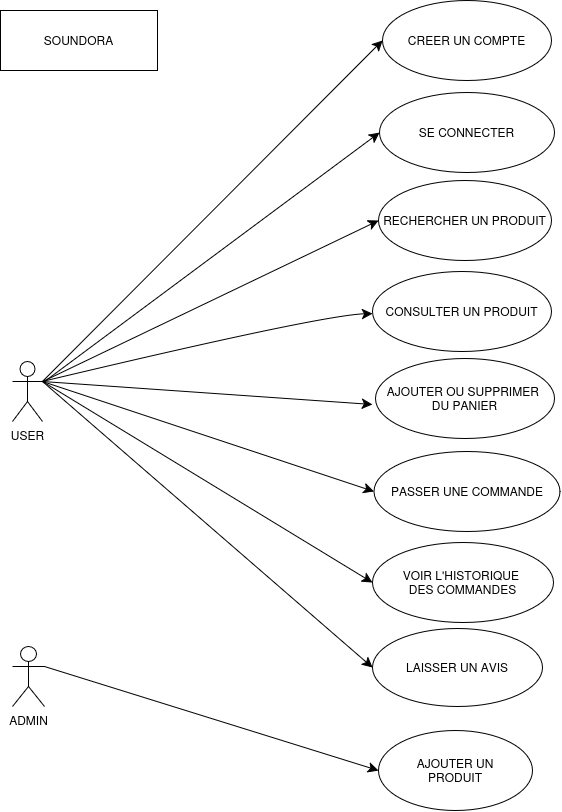
This is useCase SOUNDORA.drawio.png from Bast8313/soundora, a draw.io export, as it was before one commit. Source tidied: cells renumbered, new cells last; positions are measured from the earlier drawing's top-left corner, leaving out a move shared by most shapes.
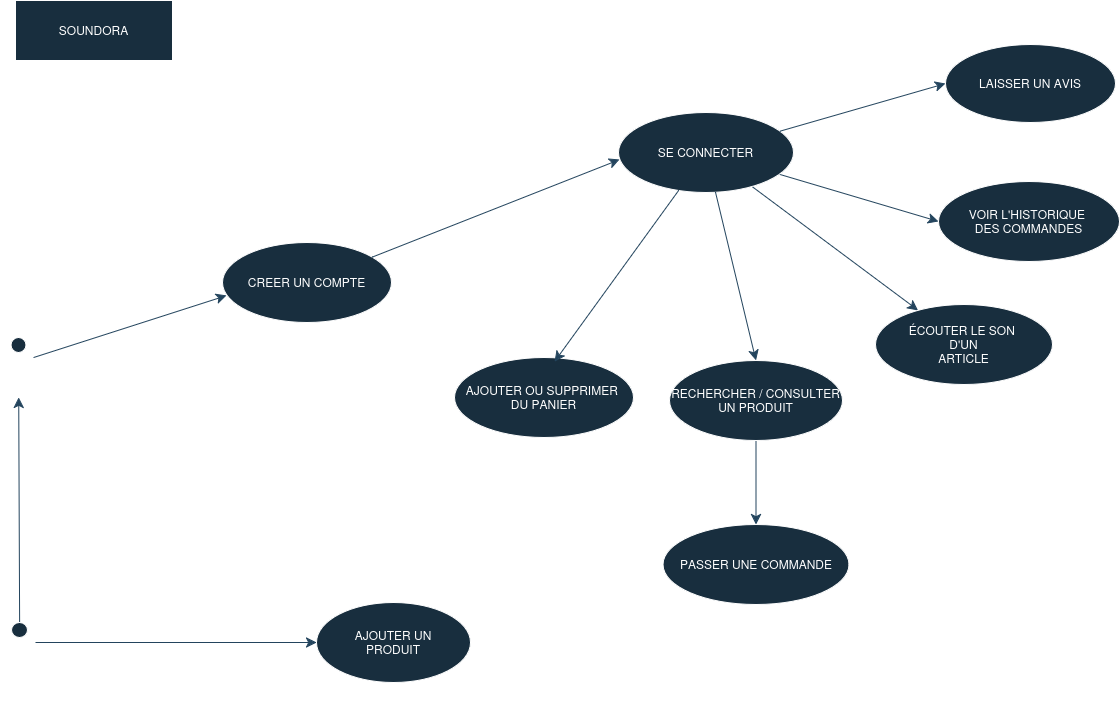
The same diagram one commit later.

Commit message:
Mettre à jour useCase SOUNDORA.drawio.png

The edit, as a diff of the source:
```diff
@@ -1,89 +1,84 @@
-<mxGraphModel>
+<mxGraphModel background="light-dark(#FFFFFF,#656565)">
   <root>
     <mxCell id="0" />
     <mxCell id="1" parent="0" />
-    <mxCell id="2" style="edgeStyle=none;curved=1;rounded=0;jettySize=auto;html=1;exitX=1;exitY=0.3333333333333333;exitDx=0;exitDy=0;exitPerimeter=0;entryX=0;entryY=0.5;entryDx=0;entryDy=0;fontSize=12;startSize=8;endSize=8;" parent="1" edge="1" source="9" target="12">
+    <mxCell id="2" style="edgeStyle=none;curved=1;rounded=0;jettySize=auto;html=1;entryX=0.024;entryY=0.663;entryDx=0;entryDy=0;fontSize=12;startSize=8;endSize=8;entryPerimeter=0;exitX=1;exitY=0.3333333333333333;exitDx=0;exitDy=0;exitPerimeter=0;labelBackgroundColor=none;strokeColor=#23445D;fontColor=default;" parent="1" edge="1" source="9" target="12">
       <mxGeometry relative="1" as="geometry" />
     </mxCell>
-    <mxCell id="3" style="edgeStyle=none;curved=1;rounded=0;jettySize=auto;html=1;exitX=1;exitY=0.3333333333333333;exitDx=0;exitDy=0;exitPerimeter=0;fontSize=12;startSize=8;endSize=8;" parent="1" edge="1" source="9">
-      <mxGeometry relative="1" as="geometry">
-        <mxPoint x="372" y="313" as="targetPoint" />
-        <Array as="points">
-          <mxPoint x="319" y="315" />
-        </Array>
-      </mxGeometry>
-    </mxCell>
-    <mxCell id="4" style="edgeStyle=none;curved=1;rounded=0;jettySize=auto;html=1;exitX=1;exitY=0.3333333333333333;exitDx=0;exitDy=0;exitPerimeter=0;fontSize=12;startSize=8;endSize=8;" parent="1" edge="1" source="9">
-      <mxGeometry relative="1" as="geometry">
-        <mxPoint x="372" y="404" as="targetPoint" />
-      </mxGeometry>
-    </mxCell>
-    <mxCell id="5" style="edgeStyle=none;curved=1;rounded=0;jettySize=auto;html=1;entryX=0;entryY=0.5;entryDx=0;entryDy=0;fontSize=12;startSize=8;endSize=8;" parent="1" edge="1" target="13">
-      <mxGeometry relative="1" as="geometry">
-        <mxPoint x="44" y="381" as="sourcePoint" />
-      </mxGeometry>
-    </mxCell>
-    <mxCell id="6" style="edgeStyle=none;curved=1;rounded=0;jettySize=auto;html=1;exitX=1;exitY=0.3333333333333333;exitDx=0;exitDy=0;exitPerimeter=0;entryX=0;entryY=0.5;entryDx=0;entryDy=0;fontSize=12;startSize=8;endSize=8;" parent="1" edge="1" source="9" target="14">
-      <mxGeometry relative="1" as="geometry" />
-    </mxCell>
-    <mxCell id="7" style="edgeStyle=none;curved=1;rounded=0;jettySize=auto;html=1;exitX=1;exitY=0.3333333333333333;exitDx=0;exitDy=0;exitPerimeter=0;entryX=0;entryY=0.5;entryDx=0;entryDy=0;fontSize=12;startSize=8;endSize=8;" parent="1" edge="1" source="9" target="20">
-      <mxGeometry relative="1" as="geometry" />
-    </mxCell>
-    <mxCell id="8" style="edgeStyle=none;curved=1;rounded=0;jettySize=auto;html=1;exitX=1;exitY=0.3333333333333333;exitDx=0;exitDy=0;exitPerimeter=0;entryX=0;entryY=0.5;entryDx=0;entryDy=0;fontSize=12;startSize=8;endSize=8;" parent="1" edge="1" source="9" target="21">
-      <mxGeometry relative="1" as="geometry" />
-    </mxCell>
-    <mxCell id="9" value="USER" style="shape=umlActor;verticalLabelPosition=bottom;verticalAlign=top;html=1;outlineConnect=0;" parent="1" vertex="1">
+    <mxCell id="9" value="USER" style="shape=umlActor;verticalLabelPosition=bottom;verticalAlign=top;html=1;outlineConnect=0;labelBackgroundColor=none;fillColor=#182E3E;strokeColor=#FFFFFF;fontColor=#FFFFFF;" parent="1" vertex="1">
       <mxGeometry x="12" y="361" width="30" height="60" as="geometry" />
     </mxCell>
-    <mxCell id="10" style="edgeStyle=none;curved=1;rounded=0;jettySize=auto;html=1;entryX=0;entryY=0.5;entryDx=0;entryDy=0;fontSize=12;startSize=8;endSize=8;" parent="1" edge="1" target="11">
-      <mxGeometry relative="1" as="geometry">
-        <mxPoint x="42" y="381" as="sourcePoint" />
-      </mxGeometry>
-    </mxCell>
-    <mxCell id="11" value="&lt;div&gt;LAISSER UN AVIS&lt;/div&gt;" style="ellipse;whiteSpace=wrap;html=1;" parent="1" vertex="1">
-      <mxGeometry x="372" y="628" width="170" height="78" as="geometry" />
+    <mxCell id="11" value="&lt;div&gt;LAISSER UN AVIS&lt;/div&gt;" style="ellipse;whiteSpace=wrap;html=1;labelBackgroundColor=none;fillColor=#182E3E;strokeColor=#FFFFFF;fontColor=#FFFFFF;" parent="1" vertex="1">
+      <mxGeometry x="954" y="68" width="170" height="78" as="geometry" />
     </mxCell>
-    <mxCell id="12" value="CREER UN COMPTE" style="ellipse;whiteSpace=wrap;html=1;" parent="1" vertex="1">
-      <mxGeometry x="382" width="169" height="80" as="geometry" />
+    <mxCell id="12" value="CREER UN COMPTE" style="ellipse;whiteSpace=wrap;html=1;labelBackgroundColor=none;fillColor=#182E3E;strokeColor=#FFFFFF;fontColor=#FFFFFF;" parent="1" vertex="1">
+      <mxGeometry x="231" y="266" width="169" height="80" as="geometry" />
     </mxCell>
+    <mxCell id="26" style="edgeStyle=none;curved=1;rounded=0;jettySize=auto;html=1;fontSize=12;startSize=8;endSize=8;entryX=0;entryY=0.5;entryDx=0;entryDy=0;labelBackgroundColor=none;strokeColor=#23445D;fontColor=default;" parent="1" edge="1" source="13" target="21">
+      <mxGeometry relative="1" as="geometry" />
+    </mxCell>
+    <mxCell id="27" style="edgeStyle=none;curved=1;rounded=0;jettySize=auto;html=1;strokeColor=#23445D;fontSize=12;startSize=8;endSize=8;" parent="1" edge="1" source="13" target="34">
+      <mxGeometry relative="1" as="geometry" />
+    </mxCell>
-    <mxCell id="13" value="SE CONNECTER" style="ellipse;whiteSpace=wrap;html=1;" parent="1" vertex="1">
-      <mxGeometry x="379" y="92" width="175" height="80" as="geometry" />
+    <mxCell id="13" value="SE CONNECTER" style="ellipse;whiteSpace=wrap;html=1;labelBackgroundColor=none;fillColor=#182E3E;strokeColor=#FFFFFF;fontColor=#FFFFFF;" parent="1" vertex="1">
+      <mxGeometry x="627" y="136" width="175" height="80" as="geometry" />
     </mxCell>
+    <mxCell id="28" style="edgeStyle=none;curved=1;rounded=0;jettySize=auto;html=1;fontSize=12;startSize=8;endSize=8;exitX=0.5;exitY=1;exitDx=0;exitDy=0;labelBackgroundColor=none;strokeColor=#23445D;fontColor=default;" parent="1" edge="1" source="14" target="20">
+      <mxGeometry relative="1" as="geometry" />
+    </mxCell>
-    <mxCell id="14" value="RECHERCHER UN PRODUIT" style="ellipse;whiteSpace=wrap;html=1;" parent="1" vertex="1">
-      <mxGeometry x="378" y="180" width="173" height="80" as="geometry" />
+    <mxCell id="14" value="RECHERCHER / CONSULTER UN PRODUIT" style="ellipse;whiteSpace=wrap;html=1;labelBackgroundColor=none;fillColor=#182E3E;strokeColor=#FFFFFF;fontColor=#FFFFFF;" parent="1" vertex="1">
+      <mxGeometry x="678" y="384" width="173" height="80" as="geometry" />
     </mxCell>
-    <mxCell id="15" value="CONSULTER UN PRODUIT" style="ellipse;whiteSpace=wrap;html=1;" parent="1" vertex="1">
-      <mxGeometry x="372" y="271" width="179" height="80" as="geometry" />
-    </mxCell>
-    <mxCell id="16" style="edgeStyle=none;curved=1;rounded=0;orthogonalLoop=1;jettySize=auto;html=1;exitX=0;exitY=0.5;exitDx=0;exitDy=0;fontSize=12;startSize=8;endSize=8;" parent="1" edge="1" source="13" target="13">
+    <mxCell id="16" style="edgeStyle=none;curved=1;rounded=0;orthogonalLoop=1;jettySize=auto;html=1;exitX=0;exitY=0.5;exitDx=0;exitDy=0;fontSize=12;startSize=8;endSize=8;labelBackgroundColor=none;strokeColor=#23445D;fontColor=default;" parent="1" edge="1" source="13" target="13">
       <mxGeometry relative="1" as="geometry" />
     </mxCell>
-    <mxCell id="17" style="edgeStyle=none;curved=1;rounded=0;orthogonalLoop=1;jettySize=auto;html=1;exitX=0;exitY=0.5;exitDx=0;exitDy=0;fontSize=12;startSize=8;endSize=8;" parent="1" edge="1" source="13" target="13">
+    <mxCell id="17" style="edgeStyle=none;curved=1;rounded=0;orthogonalLoop=1;jettySize=auto;html=1;exitX=0;exitY=0.5;exitDx=0;exitDy=0;fontSize=12;startSize=8;endSize=8;labelBackgroundColor=none;strokeColor=#23445D;fontColor=default;" parent="1" edge="1" source="13" target="13">
       <mxGeometry relative="1" as="geometry" />
     </mxCell>
-    <mxCell id="18" style="edgeStyle=none;curved=1;rounded=0;orthogonalLoop=1;jettySize=auto;html=1;exitX=1;exitY=0.5;exitDx=0;exitDy=0;fontSize=12;startSize=8;endSize=8;" parent="1" edge="1" source="15" target="15">
-      <mxGeometry relative="1" as="geometry" />
+    <mxCell id="18" style="edgeStyle=none;curved=1;rounded=0;orthogonalLoop=1;jettySize=auto;html=1;exitX=1;exitY=0.5;exitDx=0;exitDy=0;fontSize=12;startSize=8;endSize=8;labelBackgroundColor=none;strokeColor=#23445D;fontColor=default;" parent="1" edge="1">
+      <mxGeometry relative="1" as="geometry">
+        <mxPoint x="826" y="381" as="sourcePoint" />
+        <mxPoint x="826" y="381" as="targetPoint" />
+      </mxGeometry>
     </mxCell>
-    <mxCell id="19" value="&lt;div&gt;AJOUTER OU SUPPRIMER&amp;nbsp;&lt;/div&gt;&lt;div&gt;DU PANIER&lt;/div&gt;" style="ellipse;whiteSpace=wrap;html=1;" parent="1" vertex="1">
-      <mxGeometry x="375" y="358" width="179" height="80" as="geometry" />
+    <mxCell id="19" value="&lt;div&gt;AJOUTER OU SUPPRIMER&amp;nbsp;&lt;/div&gt;&lt;div&gt;DU PANIER&lt;/div&gt;" style="ellipse;whiteSpace=wrap;html=1;labelBackgroundColor=none;fillColor=#182E3E;strokeColor=#FFFFFF;fontColor=#FFFFFF;" parent="1" vertex="1">
+      <mxGeometry x="463" y="381" width="179" height="80" as="geometry" />
     </mxCell>
-    <mxCell id="20" value="PASSER UNE COMMANDE" style="ellipse;whiteSpace=wrap;html=1;" parent="1" vertex="1">
-      <mxGeometry x="373.5" y="451" width="186" height="80" as="geometry" />
+    <mxCell id="20" value="PASSER UNE COMMANDE" style="ellipse;whiteSpace=wrap;html=1;labelBackgroundColor=none;fillColor=#182E3E;strokeColor=#FFFFFF;fontColor=#FFFFFF;" parent="1" vertex="1">
+      <mxGeometry x="671.5" y="548" width="186" height="80" as="geometry" />
     </mxCell>
-    <mxCell id="21" value="&lt;div&gt;VOIR L'HISTORIQUE&amp;nbsp;&lt;/div&gt;&lt;div&gt;DES COMMANDES&lt;/div&gt;" style="ellipse;whiteSpace=wrap;html=1;" parent="1" vertex="1">
-      <mxGeometry x="372" y="542" width="181" height="80" as="geometry" />
+    <mxCell id="21" value="&lt;div&gt;VOIR L'HISTORIQUE&amp;nbsp;&lt;/div&gt;&lt;div&gt;DES COMMANDES&lt;/div&gt;" style="ellipse;whiteSpace=wrap;html=1;labelBackgroundColor=none;fillColor=#182E3E;strokeColor=#FFFFFF;fontColor=#FFFFFF;" parent="1" vertex="1">
+      <mxGeometry x="947" y="205" width="181" height="80" as="geometry" />
     </mxCell>
-    <mxCell id="22" value="&lt;div&gt;SOUNDORA&lt;/div&gt;" style="rounded=0;whiteSpace=wrap;html=1;" parent="1" vertex="1">
-      <mxGeometry y="10" width="157" height="60" as="geometry" />
+    <mxCell id="22" value="&lt;div&gt;SOUNDORA&lt;/div&gt;" style="rounded=0;whiteSpace=wrap;html=1;labelBackgroundColor=none;fillColor=#182E3E;strokeColor=#FFFFFF;fontColor=#FFFFFF;" parent="1" vertex="1">
+      <mxGeometry x="24" y="24" width="157" height="60" as="geometry" />
     </mxCell>
-    <mxCell id="23" style="edgeStyle=none;curved=1;rounded=0;jettySize=auto;html=1;entryX=0;entryY=0.5;entryDx=0;entryDy=0;fontSize=12;startSize=8;endSize=8;exitX=1;exitY=0.3333333333333333;exitDx=0;exitDy=0;exitPerimeter=0;" parent="1" edge="1" source="24" target="25">
+    <mxCell id="23" style="edgeStyle=none;curved=1;rounded=0;jettySize=auto;html=1;entryX=0;entryY=0.5;entryDx=0;entryDy=0;fontSize=12;startSize=8;endSize=8;exitX=1;exitY=0.3333333333333333;exitDx=0;exitDy=0;exitPerimeter=0;labelBackgroundColor=none;strokeColor=#23445D;fontColor=default;" parent="1" edge="1" source="24" target="25">
       <mxGeometry relative="1" as="geometry" />
     </mxCell>
+    <mxCell id="29" style="edgeStyle=none;curved=1;rounded=0;jettySize=auto;html=1;exitX=0.5;exitY=0;exitDx=0;exitDy=0;exitPerimeter=0;fontSize=12;startSize=8;endSize=8;labelBackgroundColor=none;strokeColor=#23445D;fontColor=default;" parent="1" edge="1" source="24" target="9">
+      <mxGeometry relative="1" as="geometry" />
+    </mxCell>
-    <mxCell id="24" value="&lt;div&gt;ADMIN&lt;/div&gt;&lt;div&gt;&lt;br&gt;&lt;/div&gt;" style="shape=umlActor;verticalLabelPosition=bottom;verticalAlign=top;html=1;outlineConnect=0;" parent="1" vertex="1">
+    <mxCell id="24" value="&lt;div&gt;ADMIN&lt;/div&gt;&lt;div&gt;&lt;br&gt;&lt;/div&gt;" style="shape=umlActor;verticalLabelPosition=bottom;verticalAlign=top;html=1;outlineConnect=0;labelBackgroundColor=none;fillColor=#182E3E;strokeColor=#FFFFFF;fontColor=#FFFFFF;" parent="1" vertex="1">
       <mxGeometry x="12" y="646" width="32" height="60" as="geometry" />
     </mxCell>
-    <mxCell id="25" value="&lt;div&gt;AJOUTER UN&lt;/div&gt;&lt;div&gt;PRODUIT&lt;/div&gt;" style="ellipse;whiteSpace=wrap;html=1;" parent="1" vertex="1">
-      <mxGeometry x="378" y="730" width="154" height="80" as="geometry" />
+    <mxCell id="25" value="&lt;div&gt;AJOUTER UN&lt;/div&gt;&lt;div&gt;PRODUIT&lt;/div&gt;" style="ellipse;whiteSpace=wrap;html=1;labelBackgroundColor=none;fillColor=#182E3E;strokeColor=#FFFFFF;fontColor=#FFFFFF;" parent="1" vertex="1">
+      <mxGeometry x="325" y="626" width="154" height="80" as="geometry" />
     </mxCell>
+    <mxCell id="30" style="edgeStyle=none;curved=1;rounded=0;jettySize=auto;html=1;entryX=0.006;entryY=0.588;entryDx=0;entryDy=0;entryPerimeter=0;fontSize=12;startSize=8;endSize=8;labelBackgroundColor=none;strokeColor=#23445D;fontColor=default;" parent="1" edge="1" source="12" target="13">
+      <mxGeometry relative="1" as="geometry" />
+    </mxCell>
+    <mxCell id="31" style="edgeStyle=none;curved=1;rounded=0;jettySize=auto;html=1;entryX=0.5;entryY=0;entryDx=0;entryDy=0;fontSize=12;startSize=8;endSize=8;labelBackgroundColor=none;strokeColor=#23445D;fontColor=default;" parent="1" edge="1" source="13" target="14">
+      <mxGeometry relative="1" as="geometry" />
+    </mxCell>
+    <mxCell id="32" style="edgeStyle=none;curved=1;rounded=0;jettySize=auto;html=1;entryX=0;entryY=0.5;entryDx=0;entryDy=0;fontSize=12;startSize=8;endSize=8;labelBackgroundColor=none;strokeColor=#23445D;fontColor=default;" parent="1" edge="1" source="13" target="11">
+      <mxGeometry relative="1" as="geometry" />
+    </mxCell>
+    <mxCell id="33" style="edgeStyle=none;curved=1;rounded=0;jettySize=auto;html=1;entryX=0.559;entryY=0.05;entryDx=0;entryDy=0;entryPerimeter=0;fontSize=12;startSize=8;endSize=8;labelBackgroundColor=none;strokeColor=#23445D;fontColor=default;" parent="1" edge="1" source="13" target="19">
+      <mxGeometry relative="1" as="geometry" />
+    </mxCell>
+    <mxCell id="34" value="&lt;div&gt;&lt;br&gt;&lt;/div&gt;&lt;div&gt;ÉCOUTER LE SON&amp;nbsp;&lt;/div&gt;&lt;div&gt;D'UN&lt;/div&gt;&lt;div&gt;ARTICLE&lt;/div&gt;&lt;div&gt;&lt;br&gt;&lt;/div&gt;" style="ellipse;whiteSpace=wrap;html=1;strokeColor=#FFFFFF;fontColor=#FFFFFF;fillColor=#182E3E;" parent="1" vertex="1">
+      <mxGeometry x="884" y="328" width="177" height="80" as="geometry" />
+    </mxCell>
   </root>
 </mxGraphModel>
```
